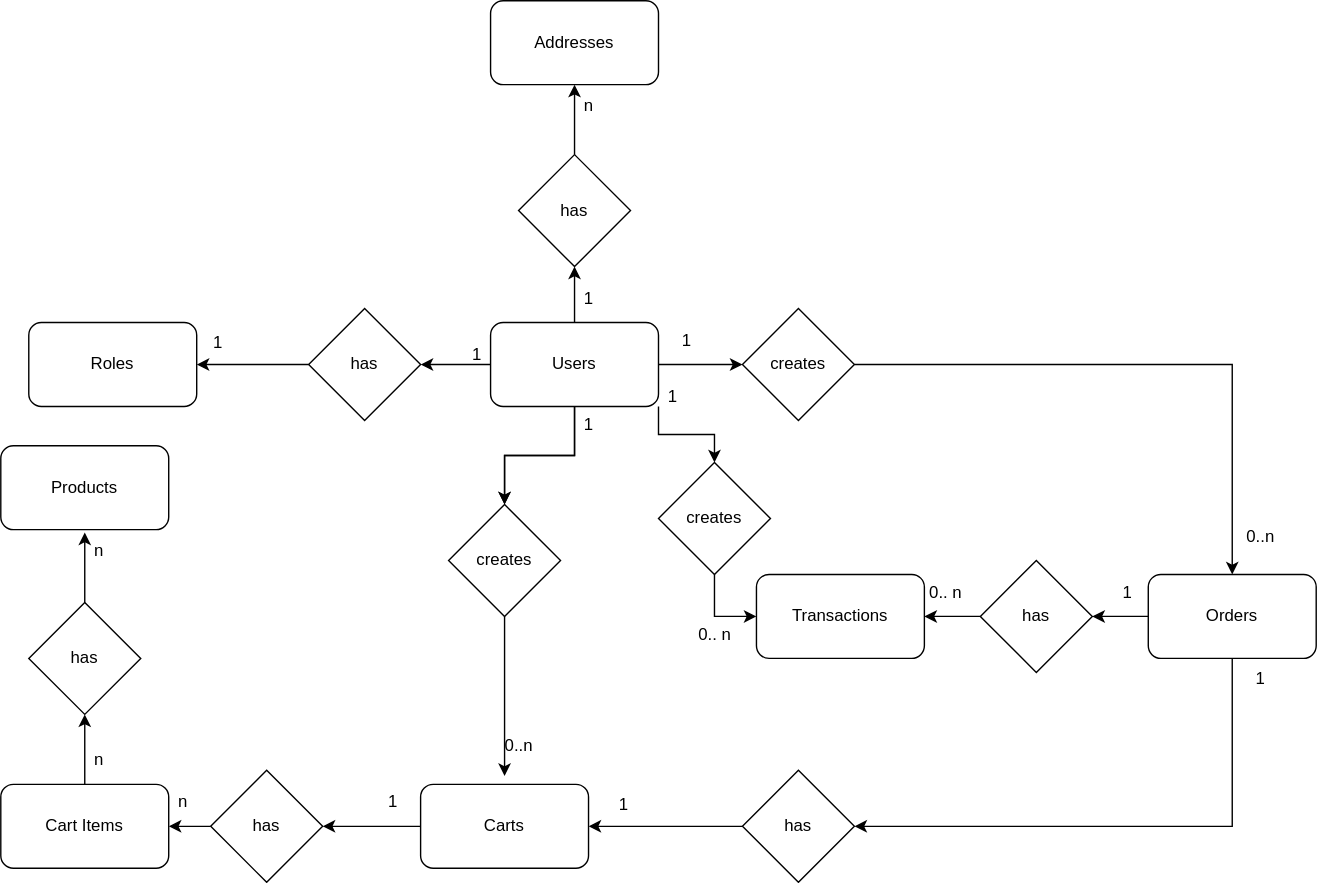
The draw.io diagram docs/erd.svg in lpsandaruwan/labela_backend_assignment, before a commit. Source tidied: cells renumbered, new cells last; positions are measured from the earlier drawing's top-left corner, leaving out a move shared by most shapes. Its diagram source:
```xml
<mxGraphModel>
  <root>
    <mxCell id="0" />
    <mxCell id="1" parent="0" />
    <mxCell id="2" value="Products" style="rounded=1;whiteSpace=wrap;html=1;" parent="1" vertex="1">
      <mxGeometry y="318" width="120" height="60" as="geometry" />
    </mxCell>
    <mxCell id="3" style="edgeStyle=orthogonalEdgeStyle;rounded=0;jettySize=auto;html=1;exitX=0;exitY=0.5;exitDx=0;exitDy=0;entryX=1;entryY=0.5;entryDx=0;entryDy=0;" parent="1" edge="1" source="9" target="18">
      <mxGeometry relative="1" as="geometry" />
    </mxCell>
    <mxCell id="4" style="edgeStyle=orthogonalEdgeStyle;rounded=0;jettySize=auto;html=1;entryX=0.5;entryY=1;entryDx=0;entryDy=0;" parent="1" edge="1" source="9" target="20">
      <mxGeometry relative="1" as="geometry" />
    </mxCell>
    <mxCell id="5" style="edgeStyle=orthogonalEdgeStyle;rounded=0;jettySize=auto;html=1;" parent="1" edge="1" source="9" target="21">
      <mxGeometry relative="1" as="geometry" />
    </mxCell>
    <mxCell id="6" style="edgeStyle=orthogonalEdgeStyle;rounded=0;jettySize=auto;html=1;exitX=1;exitY=0.5;exitDx=0;exitDy=0;" parent="1" edge="1" source="9" target="28">
      <mxGeometry relative="1" as="geometry" />
    </mxCell>
    <mxCell id="7" style="edgeStyle=orthogonalEdgeStyle;rounded=0;jettySize=auto;html=1;exitX=1;exitY=1;exitDx=0;exitDy=0;" parent="1" edge="1" source="9" target="31">
      <mxGeometry relative="1" as="geometry">
        <Array as="points">
          <mxPoint x="470" y="310" />
          <mxPoint x="510" y="310" />
        </Array>
      </mxGeometry>
    </mxCell>
    <mxCell id="8" style="edgeStyle=orthogonalEdgeStyle;rounded=0;jettySize=auto;html=1;" parent="1" edge="1" source="9" target="21">
      <mxGeometry relative="1" as="geometry" />
    </mxCell>
    <mxCell id="9" value="Users" style="rounded=1;whiteSpace=wrap;html=1;" parent="1" vertex="1">
      <mxGeometry x="350" y="230" width="120" height="60" as="geometry" />
    </mxCell>
    <mxCell id="10" value="Roles" style="rounded=1;whiteSpace=wrap;html=1;" parent="1" vertex="1">
      <mxGeometry x="20" y="230" width="120" height="60" as="geometry" />
    </mxCell>
    <mxCell id="11" style="edgeStyle=orthogonalEdgeStyle;rounded=0;jettySize=auto;html=1;exitX=0;exitY=0.5;exitDx=0;exitDy=0;entryX=1;entryY=0.5;entryDx=0;entryDy=0;" parent="1" edge="1" source="12" target="24">
      <mxGeometry relative="1" as="geometry" />
    </mxCell>
    <mxCell id="12" value="Carts" style="rounded=1;whiteSpace=wrap;html=1;" parent="1" vertex="1">
      <mxGeometry x="300" y="560" width="120" height="60" as="geometry" />
    </mxCell>
    <mxCell id="13" style="edgeStyle=orthogonalEdgeStyle;rounded=0;jettySize=auto;html=1;entryX=1;entryY=0.5;entryDx=0;entryDy=0;" parent="1" edge="1" source="15" target="33">
      <mxGeometry relative="1" as="geometry" />
    </mxCell>
    <mxCell id="14" style="edgeStyle=orthogonalEdgeStyle;rounded=0;jettySize=auto;html=1;entryX=1;entryY=0.5;entryDx=0;entryDy=0;exitX=0.5;exitY=1;exitDx=0;exitDy=0;" parent="1" edge="1" source="15" target="26">
      <mxGeometry relative="1" as="geometry" />
    </mxCell>
    <mxCell id="15" value="Orders" style="rounded=1;whiteSpace=wrap;html=1;" parent="1" vertex="1">
      <mxGeometry x="820" y="410" width="120" height="60" as="geometry" />
    </mxCell>
    <mxCell id="16" value="Addresses" style="rounded=1;whiteSpace=wrap;html=1;" parent="1" vertex="1">
      <mxGeometry x="350" width="120" height="60" as="geometry" />
    </mxCell>
    <mxCell id="17" style="edgeStyle=orthogonalEdgeStyle;rounded=0;jettySize=auto;html=1;exitX=0;exitY=0.5;exitDx=0;exitDy=0;entryX=1;entryY=0.5;entryDx=0;entryDy=0;" parent="1" edge="1" source="18" target="10">
      <mxGeometry relative="1" as="geometry" />
    </mxCell>
    <mxCell id="18" value="has" style="rhombus;whiteSpace=wrap;html=1;" parent="1" vertex="1">
      <mxGeometry x="220" y="220" width="80" height="80" as="geometry" />
    </mxCell>
    <mxCell id="19" style="edgeStyle=orthogonalEdgeStyle;rounded=0;jettySize=auto;html=1;entryX=0.5;entryY=1;entryDx=0;entryDy=0;" parent="1" edge="1" source="20" target="16">
      <mxGeometry relative="1" as="geometry" />
    </mxCell>
    <mxCell id="20" value="has" style="rhombus;whiteSpace=wrap;html=1;" parent="1" vertex="1">
      <mxGeometry x="370" y="110" width="80" height="80" as="geometry" />
    </mxCell>
    <mxCell id="21" value="creates" style="rhombus;whiteSpace=wrap;html=1;" parent="1" vertex="1">
      <mxGeometry x="320" y="360" width="80" height="80" as="geometry" />
    </mxCell>
    <mxCell id="22" style="edgeStyle=orthogonalEdgeStyle;rounded=0;jettySize=auto;html=1;entryX=0.5;entryY=-0.1;entryDx=0;entryDy=0;entryPerimeter=0;" parent="1" edge="1" source="21" target="12">
      <mxGeometry relative="1" as="geometry" />
    </mxCell>
    <mxCell id="23" style="edgeStyle=orthogonalEdgeStyle;rounded=0;jettySize=auto;html=1;entryX=1;entryY=0.5;entryDx=0;entryDy=0;" parent="1" edge="1" source="24" target="50">
      <mxGeometry relative="1" as="geometry" />
    </mxCell>
    <mxCell id="24" value="has" style="rhombus;whiteSpace=wrap;html=1;" parent="1" vertex="1">
      <mxGeometry x="150" y="550" width="80" height="80" as="geometry" />
    </mxCell>
    <mxCell id="25" style="edgeStyle=orthogonalEdgeStyle;rounded=0;jettySize=auto;html=1;entryX=1;entryY=0.5;entryDx=0;entryDy=0;" parent="1" edge="1" source="26" target="12">
      <mxGeometry relative="1" as="geometry" />
    </mxCell>
    <mxCell id="26" value="has" style="rhombus;whiteSpace=wrap;html=1;" parent="1" vertex="1">
      <mxGeometry x="530" y="550" width="80" height="80" as="geometry" />
    </mxCell>
    <mxCell id="27" style="edgeStyle=orthogonalEdgeStyle;rounded=0;jettySize=auto;html=1;entryX=0.5;entryY=0;entryDx=0;entryDy=0;" parent="1" edge="1" source="28" target="15">
      <mxGeometry relative="1" as="geometry" />
    </mxCell>
    <mxCell id="28" value="creates" style="rhombus;whiteSpace=wrap;html=1;" parent="1" vertex="1">
      <mxGeometry x="530" y="220" width="80" height="80" as="geometry" />
    </mxCell>
    <mxCell id="29" value="Transactions" style="rounded=1;whiteSpace=wrap;html=1;" parent="1" vertex="1">
      <mxGeometry x="540" y="410" width="120" height="60" as="geometry" />
    </mxCell>
    <mxCell id="30" style="edgeStyle=orthogonalEdgeStyle;rounded=0;jettySize=auto;html=1;entryX=0;entryY=0.5;entryDx=0;entryDy=0;exitX=0.5;exitY=1;exitDx=0;exitDy=0;" parent="1" edge="1" source="31" target="29">
      <mxGeometry relative="1" as="geometry" />
    </mxCell>
    <mxCell id="31" value="creates" style="rhombus;whiteSpace=wrap;html=1;" parent="1" vertex="1">
      <mxGeometry x="470" y="330" width="80" height="80" as="geometry" />
    </mxCell>
    <mxCell id="32" style="edgeStyle=orthogonalEdgeStyle;rounded=0;jettySize=auto;html=1;entryX=1;entryY=0.5;entryDx=0;entryDy=0;" parent="1" edge="1" source="33" target="29">
      <mxGeometry relative="1" as="geometry" />
    </mxCell>
    <mxCell id="33" value="has" style="rhombus;whiteSpace=wrap;html=1;" parent="1" vertex="1">
      <mxGeometry x="700" y="400" width="80" height="80" as="geometry" />
    </mxCell>
    <mxCell id="34" value="1" style="text;html=1;align=center;verticalAlign=middle;strokeColor=none;fillColor=none;" parent="1" vertex="1">
      <mxGeometry x="325" y="238" width="30" height="30" as="geometry" />
    </mxCell>
    <mxCell id="35" value="1" style="text;html=1;align=center;verticalAlign=middle;strokeColor=none;fillColor=none;" parent="1" vertex="1">
      <mxGeometry x="140" y="230" width="30" height="30" as="geometry" />
    </mxCell>
    <mxCell id="36" value="1" style="text;html=1;align=center;verticalAlign=middle;strokeColor=none;fillColor=none;" parent="1" vertex="1">
      <mxGeometry x="405" y="288" width="30" height="30" as="geometry" />
    </mxCell>
    <mxCell id="37" value="0..n" style="text;html=1;align=center;verticalAlign=middle;strokeColor=none;fillColor=none;" parent="1" vertex="1">
      <mxGeometry x="350" y="518" width="40" height="30" as="geometry" />
    </mxCell>
    <mxCell id="38" value="1" style="text;html=1;align=center;verticalAlign=middle;strokeColor=none;fillColor=none;" parent="1" vertex="1">
      <mxGeometry x="265" y="558" width="30" height="30" as="geometry" />
    </mxCell>
    <mxCell id="39" value="1" style="text;html=1;align=center;verticalAlign=middle;strokeColor=none;fillColor=none;" parent="1" vertex="1">
      <mxGeometry x="465" y="268" width="30" height="30" as="geometry" />
    </mxCell>
    <mxCell id="40" value="0.. n" style="text;html=1;align=center;verticalAlign=middle;strokeColor=none;fillColor=none;" parent="1" vertex="1">
      <mxGeometry x="485" y="438" width="50" height="30" as="geometry" />
    </mxCell>
    <mxCell id="41" value="1" style="text;html=1;align=center;verticalAlign=middle;strokeColor=none;fillColor=none;" parent="1" vertex="1">
      <mxGeometry x="790" y="408" width="30" height="30" as="geometry" />
    </mxCell>
    <mxCell id="42" value="0.. n" style="text;html=1;align=center;verticalAlign=middle;strokeColor=none;fillColor=none;" parent="1" vertex="1">
      <mxGeometry x="650" y="408" width="50" height="30" as="geometry" />
    </mxCell>
    <mxCell id="43" value="1" style="text;html=1;align=center;verticalAlign=middle;strokeColor=none;fillColor=none;" parent="1" vertex="1">
      <mxGeometry x="885" y="470" width="30" height="30" as="geometry" />
    </mxCell>
    <mxCell id="44" value="1" style="text;html=1;align=center;verticalAlign=middle;strokeColor=none;fillColor=none;" parent="1" vertex="1">
      <mxGeometry x="430" y="560" width="30" height="30" as="geometry" />
    </mxCell>
    <mxCell id="45" value="1" style="text;html=1;align=center;verticalAlign=middle;strokeColor=none;fillColor=none;" parent="1" vertex="1">
      <mxGeometry x="405" y="198" width="30" height="30" as="geometry" />
    </mxCell>
    <mxCell id="46" value="n" style="text;html=1;align=center;verticalAlign=middle;strokeColor=none;fillColor=none;" parent="1" vertex="1">
      <mxGeometry x="405" y="60" width="30" height="30" as="geometry" />
    </mxCell>
    <mxCell id="47" value="1" style="text;html=1;align=center;verticalAlign=middle;strokeColor=none;fillColor=none;" parent="1" vertex="1">
      <mxGeometry x="475" y="228" width="30" height="30" as="geometry" />
    </mxCell>
    <mxCell id="48" value="0..n" style="text;html=1;align=center;verticalAlign=middle;strokeColor=none;fillColor=none;" parent="1" vertex="1">
      <mxGeometry x="880" y="368" width="40" height="30" as="geometry" />
    </mxCell>
    <mxCell id="49" style="edgeStyle=orthogonalEdgeStyle;rounded=0;jettySize=auto;html=1;entryX=0.5;entryY=1;entryDx=0;entryDy=0;" parent="1" edge="1" source="50" target="51">
      <mxGeometry relative="1" as="geometry" />
    </mxCell>
    <mxCell id="50" value="Cart Items" style="rounded=1;whiteSpace=wrap;html=1;" parent="1" vertex="1">
      <mxGeometry y="560" width="120" height="60" as="geometry" />
    </mxCell>
    <mxCell id="51" value="has" style="rhombus;whiteSpace=wrap;html=1;" parent="1" vertex="1">
      <mxGeometry x="20" y="430" width="80" height="80" as="geometry" />
    </mxCell>
    <mxCell id="52" style="edgeStyle=orthogonalEdgeStyle;rounded=0;jettySize=auto;html=1;" parent="1" edge="1" source="51">
      <mxGeometry relative="1" as="geometry">
        <mxPoint x="60" y="380" as="targetPoint" />
      </mxGeometry>
    </mxCell>
    <mxCell id="53" value="n" style="text;html=1;align=center;verticalAlign=middle;strokeColor=none;fillColor=none;" parent="1" vertex="1">
      <mxGeometry x="55" y="528" width="30" height="30" as="geometry" />
    </mxCell>
    <mxCell id="54" value="n" style="text;html=1;align=center;verticalAlign=middle;strokeColor=none;fillColor=none;" parent="1" vertex="1">
      <mxGeometry x="55" y="378" width="30" height="30" as="geometry" />
    </mxCell>
    <mxCell id="55" value="n" style="text;html=1;align=center;verticalAlign=middle;strokeColor=none;fillColor=none;" parent="1" vertex="1">
      <mxGeometry x="115" y="558" width="30" height="30" as="geometry" />
    </mxCell>
  </root>
</mxGraphModel>
```
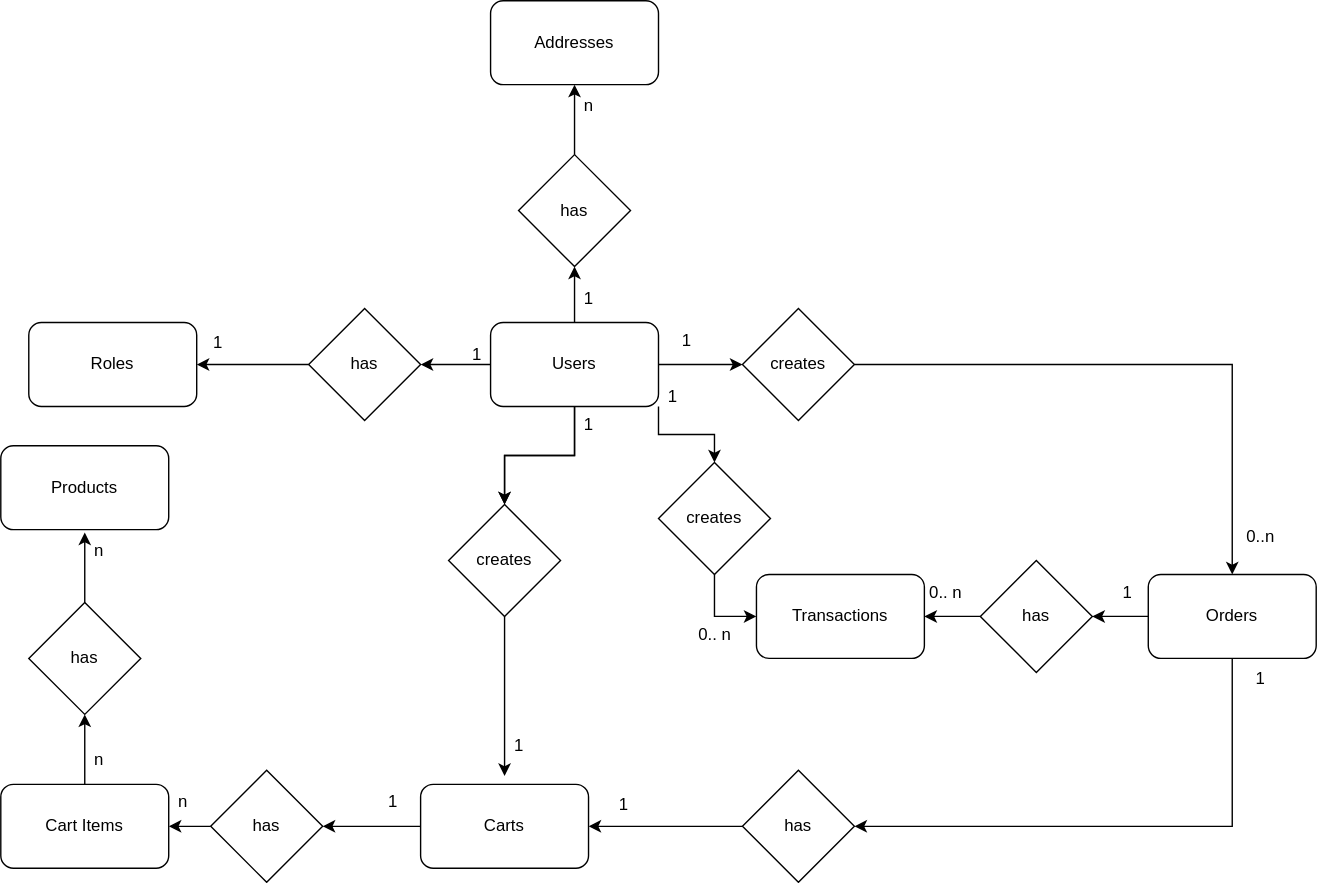
The same file after the commit.

Diff of the diagram source:
```diff
@@ -112,8 +112,8 @@
     <mxCell id="36" value="1" style="text;html=1;align=center;verticalAlign=middle;strokeColor=none;fillColor=none;" parent="1" vertex="1">
       <mxGeometry x="405" y="288" width="30" height="30" as="geometry" />
     </mxCell>
-    <mxCell id="37" value="0..n" style="text;html=1;align=center;verticalAlign=middle;strokeColor=none;fillColor=none;" parent="1" vertex="1">
-      <mxGeometry x="350" y="518" width="40" height="30" as="geometry" />
+    <mxCell id="37" value="1" style="text;html=1;align=center;verticalAlign=middle;strokeColor=none;fillColor=none;" parent="1" vertex="1">
+      <mxGeometry x="355" y="518" width="30" height="30" as="geometry" />
     </mxCell>
     <mxCell id="38" value="1" style="text;html=1;align=center;verticalAlign=middle;strokeColor=none;fillColor=none;" parent="1" vertex="1">
       <mxGeometry x="265" y="558" width="30" height="30" as="geometry" />
```
